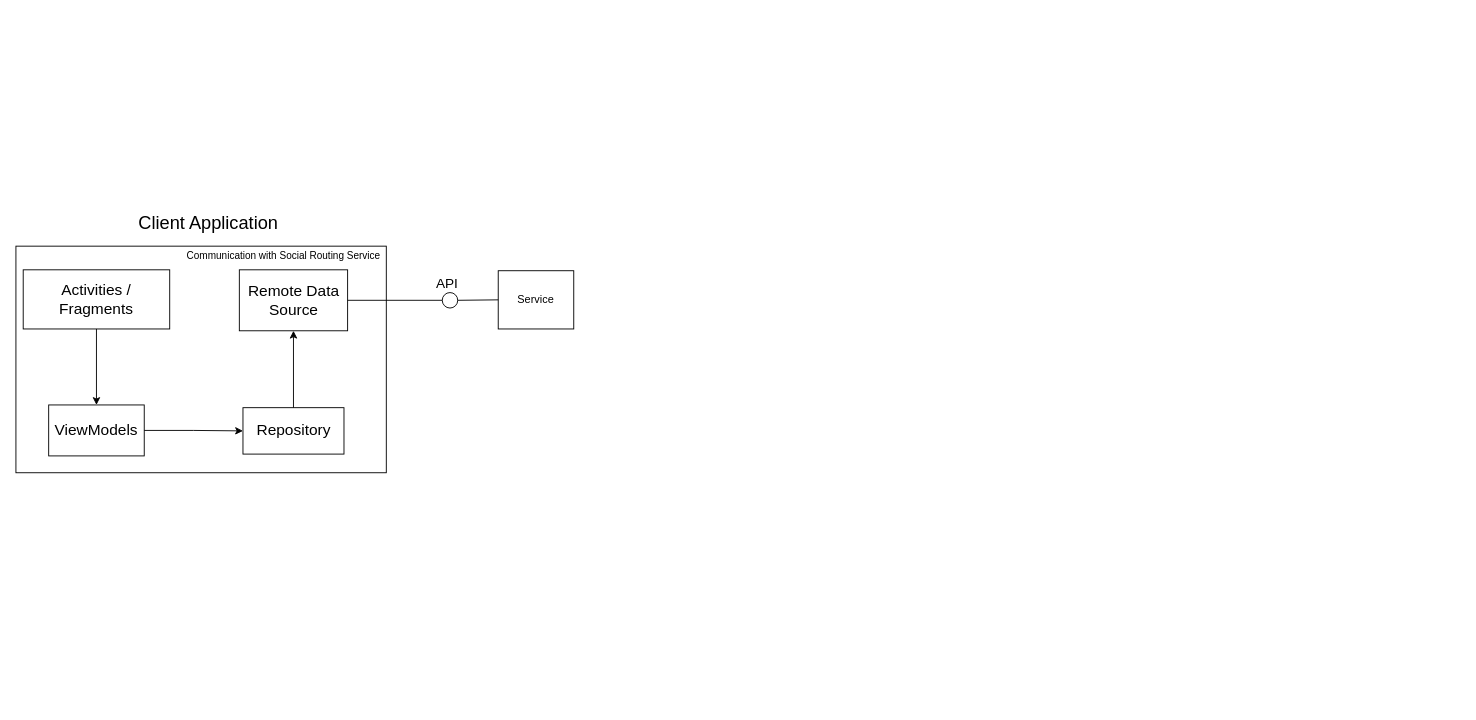
Above: final-report/images/project-structure/social-routing-client-application-structure.drawio in baltasarb/social-routing (draw.io), before the change. Source tidied: cells renumbered, new cells numbered last; positions are measured from the earlier drawing's top-left corner, leaving out a move shared by most shapes. Both pictures are drawn from the tidied source at 91%, with x=0, y=0 at pixel (15, 208).
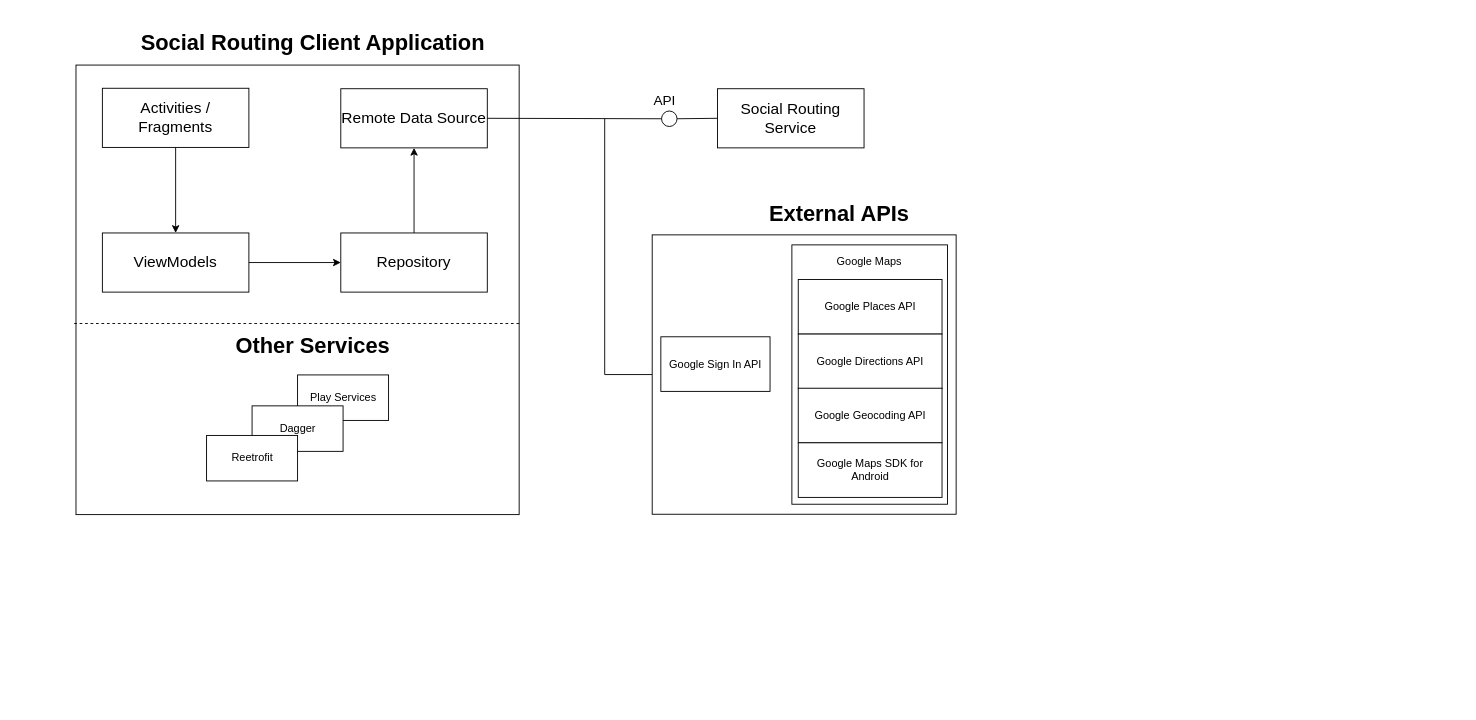
The same page after the edit.

What changed in the source:
```diff
@@
     <mxCell id="2" style="rounded=0;whiteSpace=wrap;html=1;" parent="1" vertex="1">
-      <mxGeometry y="41" width="407" height="249" as="geometry" />
+      <mxGeometry x="66" y="-158" width="487" height="494" as="geometry" />
     </mxCell>
-    <mxCell id="3" value="&lt;font style=&quot;font-size: 20px&quot;&gt;Client Application&lt;/font&gt;&lt;br style=&quot;font-size: 17px&quot;&gt;" style="text;html=1;align=left;verticalAlign=top;spacingTop=-4;strokeColor=none;fillColor=none;fontSize=17;" parent="1" vertex="1">
-      <mxGeometry x="132.5" y="0.5" width="164" height="21" as="geometry" />
-    </mxCell>
-    <mxCell id="4" value="Service" style="rounded=0;whiteSpace=wrap;html=1;strokeColor=#000000;fillColor=none;" parent="1" vertex="1">
-      <mxGeometry x="530" y="68" width="83" height="64" as="geometry" />
-    </mxCell>
     <mxCell id="5" style="ellipse;whiteSpace=wrap;html=1;strokeColor=#000000;fillColor=none;" parent="1" vertex="1">
-      <mxGeometry x="468.5" y="92" width="17" height="17" as="geometry" />
+      <mxGeometry x="709.5" y="-107.5" width="17" height="17" as="geometry" />
     </mxCell>
     <mxCell id="6" value="&lt;font style=&quot;font-size: 15px&quot;&gt;API&lt;/font&gt;" style="text;html=1;align=left;verticalAlign=top;spacingTop=-4;strokeWidth=1;fontSize=17;" parent="1" vertex="1">
-      <mxGeometry x="460" y="69" width="34" height="20" as="geometry" />
+      <mxGeometry x="699" y="-132" width="34" height="20" as="geometry" />
     </mxCell>
-    <mxCell id="7" style="endArrow=none;html=1;fontSize=17;entryX=1;entryY=0.5;entryDx=0;entryDy=0;exitX=0;exitY=0.5;exitDx=0;exitDy=0;" parent="1" edge="1" source="4" target="5">
+    <mxCell id="7" style="endArrow=none;html=1;fontSize=17;entryX=1;entryY=0.5;entryDx=0;entryDy=0;exitX=0;exitY=0.5;exitDx=0;exitDy=0;" parent="1" edge="1" source="17" target="5">
       <mxGeometry relative="1" as="geometry" />
     </mxCell>
-    <mxCell id="8" style="edgeStyle=orthogonalEdgeStyle;rounded=0;jettySize=auto;html=1;exitX=0.5;exitY=1;exitDx=0;exitDy=0;entryX=0.5;entryY=0;entryDx=0;entryDy=0;fontSize=17;" parent="1" edge="1" source="9" target="11">
+    <mxCell id="8" style="edgeStyle=orthogonalEdgeStyle;rounded=0;jettySize=auto;html=1;entryX=0.5;entryY=0;entryDx=0;entryDy=0;" parent="1" edge="1" source="9" target="11">
       <mxGeometry relative="1" as="geometry" />
     </mxCell>
     <mxCell id="9" value="Activities / Fragments&lt;br&gt;" style="rounded=0;whiteSpace=wrap;html=1;strokeColor=#000000;strokeWidth=1;fillColor=none;fontSize=17;" parent="1" vertex="1">
-      <mxGeometry x="8" y="67" width="161" height="65" as="geometry" />
+      <mxGeometry x="95" y="-132.5" width="161" height="65" as="geometry" />
     </mxCell>
-    <mxCell id="10" style="edgeStyle=orthogonalEdgeStyle;rounded=0;jettySize=auto;html=1;entryX=0;entryY=0.5;entryDx=0;entryDy=0;fontSize=17;" parent="1" edge="1" source="11" target="13">
-      <mxGeometry relative="1" as="geometry" />
-    </mxCell>
     <mxCell id="11" value="ViewModels" style="rounded=0;whiteSpace=wrap;html=1;strokeColor=#000000;strokeWidth=1;fillColor=none;fontSize=17;" parent="1" vertex="1">
-      <mxGeometry x="36" y="215.5" width="105" height="56" as="geometry" />
+      <mxGeometry x="95" y="26.5" width="161" height="65" as="geometry" />
     </mxCell>
-    <mxCell id="12" style="edgeStyle=orthogonalEdgeStyle;rounded=0;jettySize=auto;html=1;entryX=0.5;entryY=1;entryDx=0;entryDy=0;fontSize=17;" parent="1" edge="1" source="13" target="14">
-      <mxGeometry relative="1" as="geometry" />
-    </mxCell>
     <mxCell id="13" value="Repository" style="rounded=0;whiteSpace=wrap;html=1;strokeColor=#000000;strokeWidth=1;fillColor=none;fontSize=17;" parent="1" vertex="1">
-      <mxGeometry x="249.5" y="218.5" width="111" height="51" as="geometry" />
+      <mxGeometry x="357" y="26.5" width="161" height="65" as="geometry" />
     </mxCell>
     <mxCell id="14" value="Remote Data Source" style="rounded=0;whiteSpace=wrap;html=1;strokeColor=#000000;strokeWidth=1;fillColor=none;fontSize=17;" parent="1" vertex="1">
-      <mxGeometry x="245.5" y="67" width="119" height="67" as="geometry" />
+      <mxGeometry x="357" y="-132" width="161" height="65" as="geometry" />
     </mxCell>
+    <mxCell id="17" value="Social Routing Service" style="rounded=0;whiteSpace=wrap;html=1;strokeColor=#000000;strokeWidth=1;fillColor=none;fontSize=17;" parent="1" vertex="1">
+      <mxGeometry x="771" y="-132" width="161" height="65" as="geometry" />
+    </mxCell>
+    <mxCell id="10" style="endArrow=classic;html=1;exitX=1;exitY=0.5;exitDx=0;exitDy=0;entryX=0;entryY=0.5;entryDx=0;entryDy=0;" parent="1" edge="1" source="11" target="13">
+      <mxGeometry relative="1" as="geometry" />
+    </mxCell>
+    <mxCell id="12" style="endArrow=classic;html=1;exitX=0.5;exitY=0;exitDx=0;exitDy=0;entryX=0.5;entryY=1;entryDx=0;entryDy=0;" parent="1" edge="1" source="13" target="14">
+      <mxGeometry relative="1" as="geometry" />
+    </mxCell>
-    <mxCell id="15" style="endArrow=none;html=1;fontSize=17;entryX=0;entryY=0.5;entryDx=0;entryDy=0;exitX=1;exitY=0.5;exitDx=0;exitDy=0;" parent="1" edge="1" source="14" target="5">
+    <mxCell id="15" style="endArrow=none;html=1;exitX=1;exitY=0.5;exitDx=0;exitDy=0;entryX=0;entryY=0.5;entryDx=0;entryDy=0;" parent="1" edge="1" source="14" target="5">
       <mxGeometry relative="1" as="geometry" />
     </mxCell>
-    <mxCell id="16" value="&lt;font style=&quot;font-size: 11px&quot;&gt;Communication with Social Routing Service&lt;/font&gt;&lt;br&gt;" style="text;html=1;align=left;verticalAlign=top;spacingTop=-4;fontSize=17;" parent="1" vertex="1">
-      <mxGeometry x="185.5" y="37.5" width="222" height="22" as="geometry" />
-    </mxCell>
+    <mxCell id="18" value="&lt;h1&gt;Social Routing Client Application&lt;/h1&gt;" style="text;html=1;strokeColor=none;fillColor=none;spacing=5;spacingTop=-20;whiteSpace=wrap;overflow=hidden;rounded=0;align=center;" parent="1" vertex="1">
+      <mxGeometry x="116" y="-202" width="421" height="37" as="geometry" />
+    </mxCell>
+    <mxCell id="19" style="endArrow=none;dashed=1;html=1;" parent="1" edge="1">
+      <mxGeometry relative="1" as="geometry">
+        <mxPoint x="64" y="126" as="sourcePoint" />
+        <mxPoint x="555" y="126" as="targetPoint" />
+      </mxGeometry>
+    </mxCell>
+    <mxCell id="20" value="&lt;h1&gt;Other Services&lt;/h1&gt;" style="text;html=1;strokeColor=none;fillColor=none;spacing=5;spacingTop=-20;whiteSpace=wrap;overflow=hidden;rounded=0;align=center;" parent="1" vertex="1">
+      <mxGeometry x="192" y="131" width="269" height="31" as="geometry" />
+    </mxCell>
+    <mxCell id="21" style="group;" parent="1" vertex="1">
+      <mxGeometry x="1397.2" y="503.6" width="190" height="41" as="geometry" />
+    </mxCell>
+    <mxCell id="22" value="&lt;h1&gt;External APIs&lt;/h1&gt;" style="text;html=1;strokeColor=none;fillColor=none;spacing=5;spacingTop=-20;whiteSpace=wrap;overflow=hidden;rounded=0;" parent="21" vertex="1">
+      <mxGeometry x="-574" y="-517.5" width="190" height="41" as="geometry" />
+    </mxCell>
+    <mxCell id="23" style="edgeStyle=orthogonalEdgeStyle;rounded=0;jettySize=auto;html=1;endArrow=none;endFill=0;" parent="1" edge="1" source="24">
+      <mxGeometry relative="1" as="geometry">
+        <mxPoint x="647" y="-99" as="targetPoint" />
+        <Array as="points">
+          <mxPoint x="647" y="182" />
+          <mxPoint x="647" y="-99" />
+        </Array>
+      </mxGeometry>
+    </mxCell>
+    <mxCell id="24" style="rounded=0;whiteSpace=wrap;html=1;" parent="1" vertex="1">
+      <mxGeometry x="699.2" y="28.6" width="334" height="307" as="geometry" />
+    </mxCell>
+    <mxCell id="25" style="group;" parent="1" vertex="1">
+      <mxGeometry x="852.7" y="69.6" width="171" height="262" as="geometry" />
+    </mxCell>
+    <mxCell id="26" style="group;" parent="25" vertex="1">
+      <mxGeometry width="171" height="262" as="geometry" />
+    </mxCell>
+    <mxCell id="27" style="group;" parent="26" vertex="1">
+      <mxGeometry width="171" height="262" as="geometry" />
+    </mxCell>
+    <mxCell id="28" style="rounded=0;whiteSpace=wrap;html=1;" parent="27" vertex="1">
+      <mxGeometry y="-30" width="171" height="285" as="geometry" />
+    </mxCell>
+    <mxCell id="29" value="Google Places API" style="rounded=0;whiteSpace=wrap;html=1;" parent="27" vertex="1">
+      <mxGeometry x="7" y="8" width="158" height="60" as="geometry" />
+    </mxCell>
+    <mxCell id="30" value="Google Directions API" style="rounded=0;whiteSpace=wrap;html=1;" parent="27" vertex="1">
+      <mxGeometry x="7" y="68" width="158" height="60" as="geometry" />
+    </mxCell>
+    <mxCell id="31" value="Google Geocoding API" style="rounded=0;whiteSpace=wrap;html=1;" parent="27" vertex="1">
+      <mxGeometry x="7" y="127.5" width="158" height="60" as="geometry" />
+    </mxCell>
+    <mxCell id="32" value="Google Maps SDK for Android" style="rounded=0;whiteSpace=wrap;html=1;" parent="27" vertex="1">
+      <mxGeometry x="7" y="187.5" width="158" height="60" as="geometry" />
+    </mxCell>
+    <mxCell id="33" value="Google Maps" style="text;html=1;strokeColor=none;fillColor=none;align=center;verticalAlign=middle;whiteSpace=wrap;rounded=0;" parent="27" vertex="1">
+      <mxGeometry x="41.5" y="-22" width="88" height="20" as="geometry" />
+    </mxCell>
+    <mxCell id="34" value="Google Sign In API" style="rounded=0;whiteSpace=wrap;html=1;" parent="1" vertex="1">
+      <mxGeometry x="708.7" y="140.6" width="120" height="60" as="geometry" />
+    </mxCell>
+    <mxCell id="35" style="group;" parent="1" vertex="1">
+      <mxGeometry x="209.5" y="182.5" width="200" height="116.5" as="geometry" />
+    </mxCell>
+    <mxCell id="36" value="Play Services" style="rounded=0;whiteSpace=wrap;html=1;align=center;" parent="35" vertex="1">
+      <mxGeometry x="100" width="100" height="50" as="geometry" />
+    </mxCell>
+    <mxCell id="37" value="Dagger" style="rounded=0;whiteSpace=wrap;html=1;align=center;" parent="35" vertex="1">
+      <mxGeometry x="50" y="34" width="100" height="50" as="geometry" />
+    </mxCell>
+    <mxCell id="38" value="Reetrofit" style="rounded=0;whiteSpace=wrap;html=1;align=center;" parent="35" vertex="1">
+      <mxGeometry y="66.5" width="100" height="50" as="geometry" />
+    </mxCell>
```
